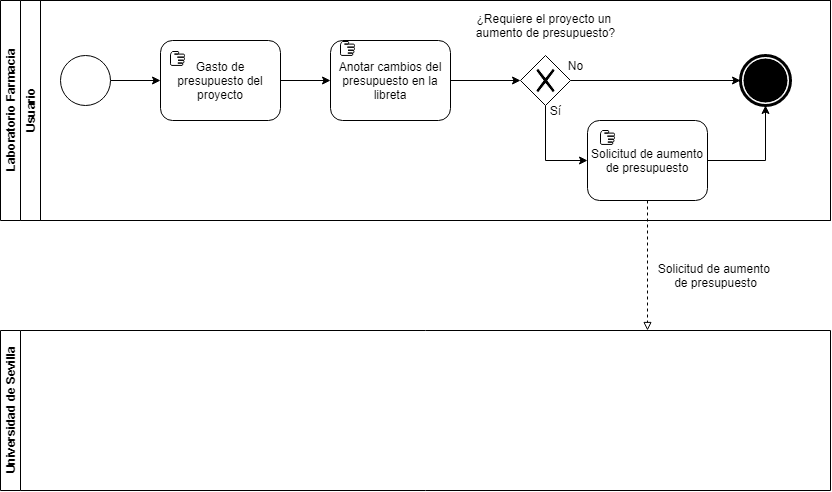
Franbr31/IR-project keeps this draw.io diagram as Imágenes BPMN/ModificarPartidaAlGastarBPMN-Actual.png. Above is the earlier version. Source tidied: cells renumbered, new cells last; positions are measured from the earlier drawing's top-left corner, leaving out a move shared by most shapes.
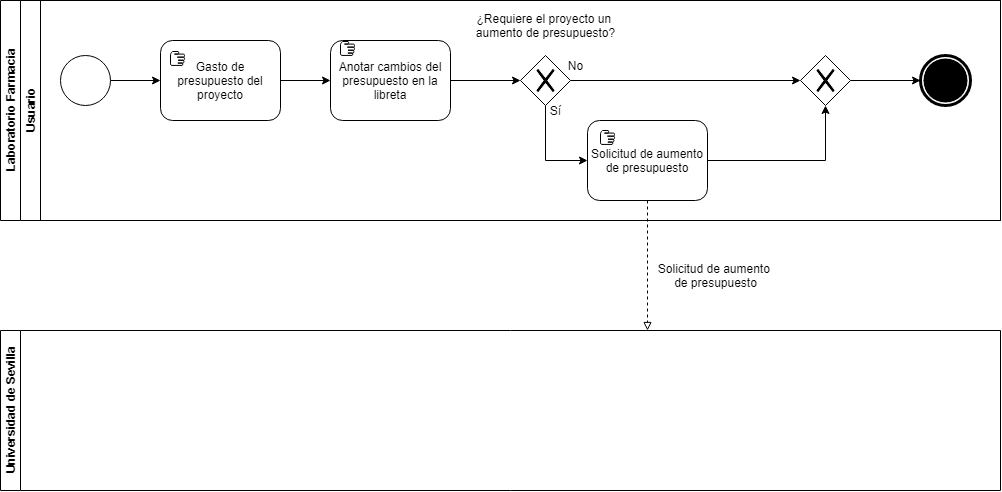
After the commit.

The edit, as a diff of the source:
```diff
@@ -3,10 +3,10 @@
     <mxCell id="0" />
     <mxCell id="1" parent="0" />
     <mxCell id="2" value="Laboratorio Farmacia" style="swimlane;html=1;horizontal=0;startSize=20;" parent="1" vertex="1">
-      <mxGeometry width="830" height="220" as="geometry" />
+      <mxGeometry width="1000" height="220" as="geometry" />
     </mxCell>
     <mxCell id="3" value="Usuario" style="swimlane;html=1;startSize=20;horizontal=0;" parent="2" vertex="1">
-      <mxGeometry x="20" width="810" height="220" as="geometry" />
+      <mxGeometry x="20" width="980" height="220" as="geometry" />
     </mxCell>
     <mxCell id="4" style="edgeStyle=orthogonalEdgeStyle;rounded=0;jettySize=auto;html=1;exitX=1;exitY=0.5;exitDx=0;exitDy=0;entryX=0;entryY=0.5;entryDx=0;entryDy=0;" parent="3" edge="1" source="5" target="7">
       <mxGeometry relative="1" as="geometry" />
@@ -24,7 +24,7 @@
       <mxGeometry x="150" y="51" width="14" height="14" as="geometry" />
     </mxCell>
     <mxCell id="9" style="shape=mxgraph.bpmn.shape;html=1;verticalLabelPosition=bottom;labelBackgroundColor=#ffffff;verticalAlign=top;align=center;perimeter=ellipsePerimeter;outlineConnect=0;outline=end;symbol=terminate;" parent="3" vertex="1">
-      <mxGeometry x="720" y="55" width="50" height="50" as="geometry" />
+      <mxGeometry x="900" y="55" width="50" height="50" as="geometry" />
     </mxCell>
     <mxCell id="10" style="edgeStyle=orthogonalEdgeStyle;rounded=0;jettySize=auto;html=1;exitX=1;exitY=0.5;exitDx=0;exitDy=0;entryX=0;entryY=0.5;entryDx=0;entryDy=0;" parent="3" edge="1" source="11" target="15">
       <mxGeometry relative="1" as="geometry" />
@@ -35,7 +35,7 @@
     <mxCell id="12" style="shape=mxgraph.bpmn.manual_task;html=1;" parent="3" vertex="1">
       <mxGeometry x="320" y="41" width="14" height="14" as="geometry" />
     </mxCell>
-    <mxCell id="13" style="edgeStyle=orthogonalEdgeStyle;rounded=0;jettySize=auto;html=1;exitX=1;exitY=0.5;exitDx=0;exitDy=0;entryX=0;entryY=0.5;entryDx=0;entryDy=0;" parent="3" edge="1" source="15" target="9">
+    <mxCell id="13" style="edgeStyle=orthogonalEdgeStyle;rounded=0;jettySize=auto;html=1;exitX=1;exitY=0.5;exitDx=0;exitDy=0;entryX=0;entryY=0.5;entryDx=0;entryDy=0;" parent="3" edge="1" source="15" target="26">
       <mxGeometry relative="1" as="geometry" />
     </mxCell>
     <mxCell id="14" style="edgeStyle=orthogonalEdgeStyle;rounded=0;jettySize=auto;html=1;exitX=0.5;exitY=1;exitDx=0;exitDy=0;entryX=0;entryY=0.5;entryDx=0;entryDy=0;" parent="3" edge="1" source="15" target="17">
@@ -44,7 +44,7 @@
     <mxCell id="15" style="shape=mxgraph.bpmn.shape;html=1;verticalLabelPosition=bottom;labelBackgroundColor=#ffffff;verticalAlign=top;align=center;perimeter=rhombusPerimeter;background=gateway;outlineConnect=0;outline=none;symbol=exclusiveGw;" parent="3" vertex="1">
       <mxGeometry x="500" y="55" width="50" height="50" as="geometry" />
     </mxCell>
-    <mxCell id="16" style="edgeStyle=orthogonalEdgeStyle;rounded=0;jettySize=auto;html=1;exitX=1;exitY=0.5;exitDx=0;exitDy=0;" parent="3" edge="1" source="17" target="9">
+    <mxCell id="16" style="edgeStyle=orthogonalEdgeStyle;rounded=0;jettySize=auto;html=1;exitX=1;exitY=0.5;exitDx=0;exitDy=0;entryX=0.5;entryY=1;entryDx=0;entryDy=0;" parent="3" edge="1" source="17" target="26">
       <mxGeometry relative="1" as="geometry" />
     </mxCell>
     <mxCell id="17" value="Solicitud de aumento de presupuesto" style="shape=ext;rounded=1;html=1;whiteSpace=wrap;" parent="3" vertex="1">
@@ -62,8 +62,14 @@
     <mxCell id="21" value="Sí" style="text;html=1;align=center;verticalAlign=middle;" parent="3" vertex="1">
       <mxGeometry x="520" y="100" width="30" height="20" as="geometry" />
     </mxCell>
+    <mxCell id="25" style="edgeStyle=orthogonalEdgeStyle;rounded=0;jettySize=auto;html=1;exitX=1;exitY=0.5;exitDx=0;exitDy=0;entryX=0;entryY=0.5;entryDx=0;entryDy=0;" parent="3" edge="1" source="26" target="9">
+      <mxGeometry relative="1" as="geometry" />
+    </mxCell>
+    <mxCell id="26" style="shape=mxgraph.bpmn.shape;html=1;verticalLabelPosition=bottom;labelBackgroundColor=#ffffff;verticalAlign=top;align=center;perimeter=rhombusPerimeter;background=gateway;outlineConnect=0;outline=none;symbol=exclusiveGw;" parent="3" vertex="1">
+      <mxGeometry x="780" y="55" width="50" height="50" as="geometry" />
+    </mxCell>
     <mxCell id="22" value="Universidad de Sevilla" style="swimlane;html=1;horizontal=0;startSize=20;" parent="1" vertex="1">
-      <mxGeometry y="330" width="830" height="160" as="geometry" />
+      <mxGeometry y="330" width="1000" height="160" as="geometry" />
     </mxCell>
     <mxCell id="23" style="edgeStyle=orthogonalEdgeStyle;rounded=0;jettySize=auto;html=1;exitX=0.5;exitY=1;exitDx=0;exitDy=0;dashed=1;endArrow=block;endFill=0;" parent="1" edge="1" source="17">
       <mxGeometry relative="1" as="geometry">
```
